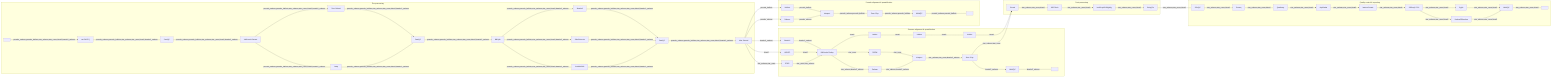
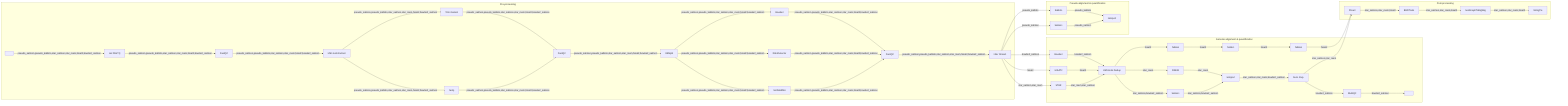
%%metro title: TB side-entry row-mate top alignment
%%metro style: light
%%metro diamond_style: symmetric
%%metro file: fastq_in | FASTQ
- %%metro file: report_final | HTML
- %%metro file: report_quant | HTML
%%metro file: report_bowtie2 | HTML
%%metro line: star_rsem | Aligner: STAR, Quantification: RSEM | #0570b0
%%metro line: star_salmon | Aligner: STAR, Quantification: Salmon (default) | #2db572
%%metro line: bowtie2_salmon | Aligner: Bowtie2 (prokaryotic), Quantification: Salmon | #ff8c00
%%metro line: hisat2 | Aligner: HISAT2, Quantification: None | #f5c542
%%metro line: pseudo_salmon | Pseudo-aligner: Salmon, Quantification: Salmon | #e63946
%%metro line: pseudo_kallisto | Pseudo-aligner: Kallisto, Quantification: Kallisto | #7b2d3b
%%metro legend: bl
%%metro logo_scale: 0.85

graph LR
    subgraph preprocessing [Pre-processing]
        %%metro exit: right | star_salmon, star_rsem, hisat2, bowtie2_salmon
        %%metro exit: bottom | pseudo_salmon, pseudo_kallisto
        fastq_in[ ]
        cat_fastq[cat FASTQ]
        fastqc_raw[FastQC]
        umi_tools_extract[UMI-tools Extract]
        fastp[fastp]
        trimgalore[Trim Galore!]
        fastqc_trimmed[FastQC]
        bbsplit[BBSplit]
        sortmerna[SortMeRNA]
        ribodetector[RiboDetector]
        bowtie2_rrna[Bowtie2]
        fastqc_filtered[FastQC]
        infer_strandedness[Infer Strand.]

        fastq_in -->|pseudo_salmon,pseudo_kallisto,star_salmon,star_rsem,hisat2,bowtie2_salmon| cat_fastq
        cat_fastq -->|pseudo_salmon,pseudo_kallisto,star_salmon,star_rsem,hisat2,bowtie2_salmon| fastqc_raw
        fastqc_raw -->|pseudo_salmon,pseudo_kallisto,star_salmon,star_rsem,hisat2,bowtie2_salmon| umi_tools_extract

        umi_tools_extract -->|pseudo_salmon,pseudo_kallisto,star_salmon,star_rsem,hisat2,bowtie2_salmon| fastp
        umi_tools_extract -->|pseudo_salmon,pseudo_kallisto,star_salmon,star_rsem,hisat2,bowtie2_salmon| trimgalore
        fastp -->|pseudo_salmon,pseudo_kallisto,star_salmon,star_rsem,hisat2,bowtie2_salmon| fastqc_trimmed
        trimgalore -->|pseudo_salmon,pseudo_kallisto,star_salmon,star_rsem,hisat2,bowtie2_salmon| fastqc_trimmed

        fastqc_trimmed -->|pseudo_salmon,pseudo_kallisto,star_salmon,star_rsem,hisat2,bowtie2_salmon| bbsplit
        bbsplit -->|pseudo_salmon,pseudo_kallisto,star_salmon,star_rsem,hisat2,bowtie2_salmon| sortmerna
        bbsplit -->|pseudo_salmon,pseudo_kallisto,star_salmon,star_rsem,hisat2,bowtie2_salmon| ribodetector
        bbsplit -->|pseudo_salmon,pseudo_kallisto,star_salmon,star_rsem,hisat2,bowtie2_salmon| bowtie2_rrna
        sortmerna -->|pseudo_salmon,pseudo_kallisto,star_salmon,star_rsem,hisat2,bowtie2_salmon| fastqc_filtered
        ribodetector -->|pseudo_salmon,pseudo_kallisto,star_salmon,star_rsem,hisat2,bowtie2_salmon| fastqc_filtered
        bowtie2_rrna -->|pseudo_salmon,pseudo_kallisto,star_salmon,star_rsem,hisat2,bowtie2_salmon| fastqc_filtered
        fastqc_filtered -->|pseudo_salmon,pseudo_kallisto,star_salmon,star_rsem,hisat2,bowtie2_salmon| infer_strandedness
    end

    subgraph genome_align [Genome alignment & quantification]
        %%metro entry: left | star_salmon, star_rsem, hisat2, bowtie2_salmon
        %%metro exit: right | star_salmon, star_rsem
        %%metro exit: right | hisat2
        star[STAR]
        hisat2_align[HISAT2]
        bowtie2_align[Bowtie2]
        rsem[RSEM]
        salmon_quant[Salmon]
        umi_tools_dedup[UMI-tools Dedup]
        tximport_ga[tximport]
        summarized_exp_ga[Sum. Exp.]
        multiqc_bowtie2[MultiQC]
        report_bowtie2[ ]
        _h1[hidden]
        _h2[hidden]
        _h3[hidden]

        star -->|star_rsem,star_salmon| umi_tools_dedup
        hisat2_align -->|hisat2| umi_tools_dedup
        bowtie2_align -->|bowtie2_salmon| umi_tools_dedup
        umi_tools_dedup -->|star_rsem| rsem
        umi_tools_dedup -->|star_salmon,bowtie2_salmon| salmon_quant
        umi_tools_dedup -->|hisat2| _h1
        _h1 -->|hisat2| _h2
        _h2 -->|hisat2| _h3
        salmon_quant -->|star_salmon,bowtie2_salmon| tximport_ga
        rsem -->|star_rsem| tximport_ga
        tximport_ga -->|star_salmon,star_rsem,bowtie2_salmon| summarized_exp_ga
        summarized_exp_ga -->|bowtie2_salmon| multiqc_bowtie2
        multiqc_bowtie2 -->|bowtie2_salmon| report_bowtie2
    end

    subgraph pseudo_align [Pseudo-alignment & quantification]
        %%metro entry: left | pseudo_salmon, pseudo_kallisto
        salmon_pseudo[Salmon]
        kallisto[Kallisto]
        tximport_pa[tximport]
-         summarized_exp_pa[Sum. Exp.]
-         multiqc_quant[MultiQC]
-         report_quant[ ]

        salmon_pseudo -->|pseudo_salmon| tximport_pa
        kallisto -->|pseudo_kallisto| tximport_pa
-         tximport_pa -->|pseudo_salmon,pseudo_kallisto| summarized_exp_pa
-         summarized_exp_pa -->|pseudo_salmon,pseudo_kallisto| multiqc_quant
-         multiqc_quant -->|pseudo_salmon,pseudo_kallisto| report_quant
    end

    subgraph postprocessing [Post-processing]
        %%metro direction: TB
        %%metro entry: left | star_salmon, star_rsem, hisat2
        %%metro exit: bottom | star_salmon, star_rsem, hisat2
        picard[Picard]
        bedtools[BEDTools]
        bedgraph[bedGraphToBigWig]
        stringtie[StringTie]

        picard -->|star_salmon,star_rsem,hisat2| bedtools
        bedtools -->|star_salmon,star_rsem,hisat2| bedgraph
        bedgraph -->|star_salmon,star_rsem,hisat2| stringtie
    end

-     subgraph qc_report [Quality control & reporting]
-         %%metro direction: RL
-         %%metro entry: top | star_salmon, star_rsem, hisat2
-         rseqc[RSeQC]
-         preseq[Preseq]
-         qualimap[Qualimap]
-         dupradar[dupRadar]
-         featurecounts[featureCounts]
-         deseq2_pca[DESeq2 PCA]
-         kraken2[Kraken2/Bracken]
-         sylph[Sylph]
-         multiqc_final[MultiQC]
-         report_final[ ]
- 
-         rseqc -->|star_salmon,star_rsem,hisat2| preseq
-         preseq -->|star_salmon,star_rsem,hisat2| qualimap
-         qualimap -->|star_salmon,star_rsem,hisat2| dupradar
-         dupradar -->|star_salmon,star_rsem,hisat2| featurecounts
-         featurecounts -->|star_salmon,star_rsem,hisat2| deseq2_pca
-         deseq2_pca -->|star_salmon,star_rsem,hisat2| kraken2
-         deseq2_pca -->|star_salmon,star_rsem,hisat2| sylph
-         kraken2 -->|star_salmon,star_rsem,hisat2| multiqc_final
-         sylph -->|star_salmon,star_rsem,hisat2| multiqc_final
-         multiqc_final -->|star_salmon,star_rsem,hisat2| report_final
-     end

    %% Inter-section edges
    infer_strandedness -->|star_salmon,star_rsem| star
    infer_strandedness -->|hisat2| hisat2_align
    infer_strandedness -->|bowtie2_salmon| bowtie2_align
    infer_strandedness -->|pseudo_salmon| salmon_pseudo
    infer_strandedness -->|pseudo_kallisto| kallisto
    summarized_exp_ga -->|star_salmon,star_rsem| picard
    _h3 -->|hisat2| picard
-     stringtie -->|star_salmon,star_rsem,hisat2| rseqc
